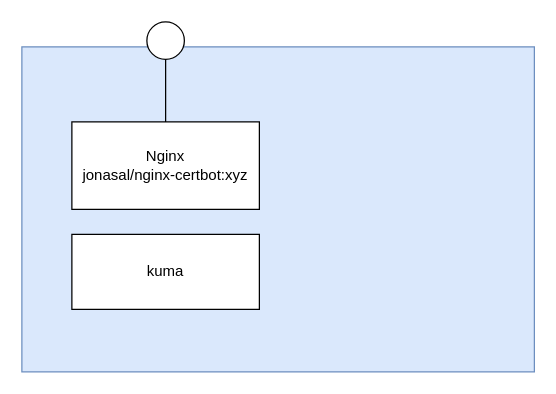
Above: monitoring_dc_overview.drawio in tillg/monitor.docker.compose (draw.io), before the change. Source tidied: cells renumbered, new cells numbered last; positions are measured from the earlier drawing's top-left corner, leaving out a move shared by most shapes. Both pictures are drawn from the tidied source at 125%, with x=0, y=0 at pixel (21, 21).
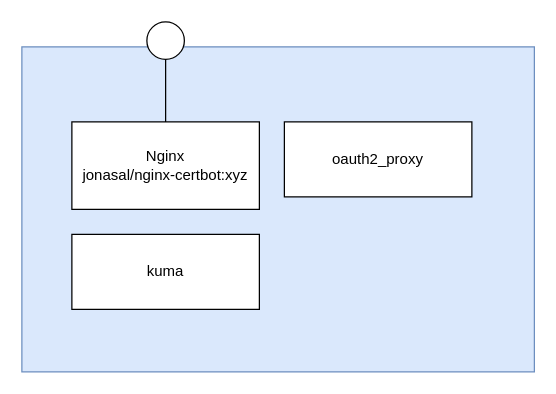
Above is the later version.

Change to the diagram source:
```diff
@@
 <mxGraphModel>
   <root>
     <mxCell id="0" />
     <mxCell id="1" parent="0" />
     <mxCell id="2" style="rounded=0;whiteSpace=wrap;html=1;fillColor=#dae8fc;strokeColor=#6c8ebf;" parent="1" vertex="1">
       <mxGeometry y="20" width="410" height="260" as="geometry" />
     </mxCell>
     <mxCell id="3" value="Nginx&lt;br&gt;jonasal/nginx-certbot:xyz" style="rounded=0;whiteSpace=wrap;html=1;" parent="1" vertex="1">
       <mxGeometry x="40" y="80" width="150" height="70" as="geometry" />
     </mxCell>
     <mxCell id="4" style="ellipse;whiteSpace=wrap;html=1;" parent="1" vertex="1">
       <mxGeometry x="100" width="30" height="30" as="geometry" />
     </mxCell>
     <mxCell id="5" style="endArrow=none;html=1;entryX=0.5;entryY=1;entryDx=0;entryDy=0;exitX=0.5;exitY=0;exitDx=0;exitDy=0;" parent="1" edge="1" source="3" target="4">
       <mxGeometry relative="1" as="geometry" />
     </mxCell>
     <mxCell id="6" value="kuma" style="rounded=0;whiteSpace=wrap;html=1;" parent="1" vertex="1">
       <mxGeometry x="40" y="170" width="150" height="60" as="geometry" />
     </mxCell>
+    <mxCell id="7" value="oauth2_proxy" style="rounded=0;whiteSpace=wrap;html=1;" parent="1" vertex="1">
+      <mxGeometry x="210" y="80" width="150" height="60" as="geometry" />
+    </mxCell>
   </root>
 </mxGraphModel>
```
